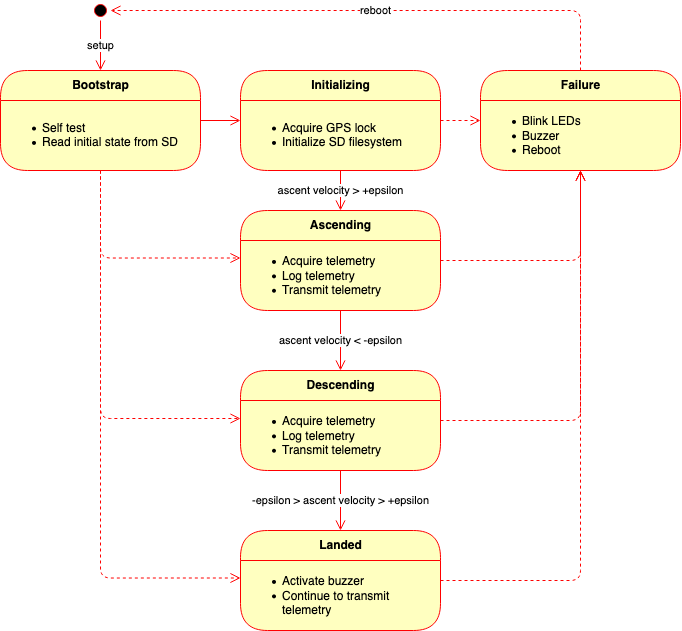
Earlier version of the draw.io export diagrams/TrackerStateMachine.png (ungood/graupel-1). Source tidied: cells renumbered, new cells last; positions are measured from the earlier drawing's top-left corner, leaving out a move shared by most shapes.
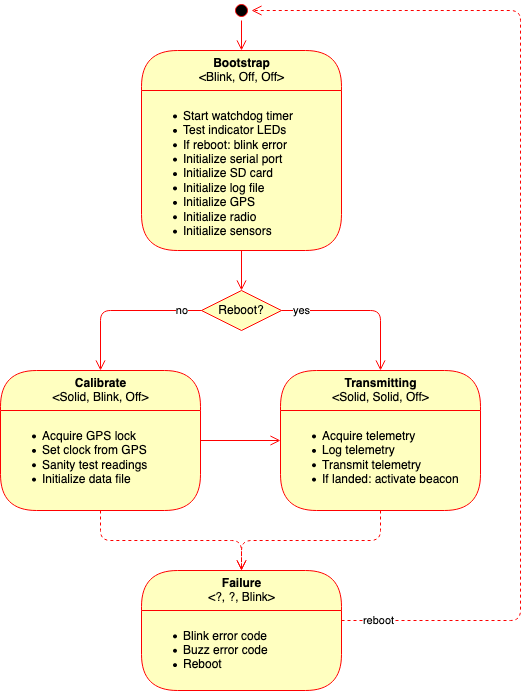
The same file after the commit.

What changed in the source:
```diff
@@ -3,97 +3,71 @@
     <mxCell id="0" />
     <mxCell id="1" parent="0" />
     <mxCell id="2" style="ellipse;html=1;shape=startState;fillColor=#000000;strokeColor=#ff0000;" parent="1" vertex="1">
-      <mxGeometry x="90" width="20" height="20" as="geometry" />
+      <mxGeometry x="231" y="-20" width="20" height="20" as="geometry" />
     </mxCell>
-    <mxCell id="3" value="&lt;div&gt;setup&lt;/div&gt;" style="edgeStyle=orthogonalEdgeStyle;html=1;verticalAlign=middle;endArrow=open;endSize=8;strokeColor=#ff0000;entryX=0.5;entryY=0;entryDx=0;entryDy=0;labelPosition=center;verticalLabelPosition=middle;align=center;" parent="1" edge="1" source="2" target="12">
+    <mxCell id="3" style="edgeStyle=orthogonalEdgeStyle;html=1;verticalAlign=middle;endArrow=open;endSize=8;strokeColor=#ff0000;entryX=0.5;entryY=0;entryDx=0;entryDy=0;labelPosition=center;verticalLabelPosition=middle;align=center;exitX=0.5;exitY=1;exitDx=0;exitDy=0;" parent="1" edge="1" source="2" target="12">
       <mxGeometry relative="1" as="geometry" />
     </mxCell>
-    <mxCell id="4" value="Initializing" style="swimlane;html=1;fontStyle=1;align=center;verticalAlign=middle;horizontal=1;startSize=30;fontColor=#000000;rounded=1;arcSize=30;strokeColor=#ff0000;fillColor=#ffffc0;swimlaneFillColor=#ffffc0;spacing=2;" parent="1" vertex="1">
-      <mxGeometry x="240" y="70" width="200" height="100" as="geometry" />
+    <mxCell id="4" value="&lt;div&gt;Calibrate&lt;/div&gt;&lt;span style=&quot;font-weight: normal&quot;&gt;&amp;lt;Solid, Blink, Off&amp;gt;&lt;/span&gt;" style="swimlane;html=1;fontStyle=1;align=center;verticalAlign=middle;horizontal=1;startSize=40;fontColor=#000000;rounded=1;arcSize=30;strokeColor=#ff0000;fillColor=#ffffc0;swimlaneFillColor=#ffffc0;spacing=2;" parent="1" vertex="1">
+      <mxGeometry y="350" width="200" height="140" as="geometry" />
     </mxCell>
-    <mxCell id="5" value="&lt;ul&gt;&lt;li&gt;Acquire GPS lock&lt;/li&gt;&lt;li&gt;Initialize SD filesystem&lt;/li&gt;&lt;/ul&gt;" style="text;html=1;strokeColor=none;fillColor=none;align=left;verticalAlign=middle;spacingLeft=0;spacingRight=4;whiteSpace=wrap;overflow=hidden;fontColor=#000000;" parent="4" vertex="1">
-      <mxGeometry y="30" width="200" height="70" as="geometry" />
+    <mxCell id="5" value="&lt;ul&gt;&lt;li&gt;Acquire GPS lock&lt;/li&gt;&lt;li&gt;Set clock from GPS&lt;/li&gt;&lt;li&gt;Sanity test readings&lt;/li&gt;&lt;li&gt;Initialize data file&lt;br&gt;&lt;/li&gt;&lt;/ul&gt;" style="text;html=1;strokeColor=none;fillColor=none;align=left;verticalAlign=top;spacingLeft=0;spacingRight=4;whiteSpace=wrap;overflow=hidden;fontColor=#000000;" parent="4" vertex="1">
+      <mxGeometry y="40" width="200" height="100" as="geometry" />
     </mxCell>
-    <mxCell id="6" value="ascent velocity &amp;gt; +epsilon" style="edgeStyle=orthogonalEdgeStyle;html=1;verticalAlign=middle;endArrow=open;endSize=8;strokeColor=#ff0000;entryX=0.5;entryY=0;entryDx=0;entryDy=0;labelPosition=center;verticalLabelPosition=middle;align=center;" parent="1" edge="1" source="4" target="7">
+    <mxCell id="6" style="edgeStyle=orthogonalEdgeStyle;html=1;verticalAlign=middle;endArrow=open;endSize=8;strokeColor=#ff0000;labelPosition=center;verticalLabelPosition=middle;align=center;" parent="1" edge="1" source="4" target="7">
       <mxGeometry relative="1" as="geometry" />
     </mxCell>
-    <mxCell id="7" value="Ascending" style="swimlane;html=1;fontStyle=1;align=center;verticalAlign=middle;horizontal=1;startSize=30;fontColor=#000000;rounded=1;arcSize=30;strokeColor=#ff0000;fillColor=#ffffc0;swimlaneFillColor=#ffffc0;spacing=2;" parent="1" vertex="1">
-      <mxGeometry x="240" y="210" width="200" height="100" as="geometry" />
+    <mxCell id="7" value="&lt;div&gt;Transmitting&lt;/div&gt;&lt;span style=&quot;font-weight: normal&quot;&gt;&amp;lt;Solid, Solid, Off&amp;gt;&lt;/span&gt;" style="swimlane;html=1;fontStyle=1;align=center;verticalAlign=middle;horizontal=1;startSize=40;fontColor=#000000;rounded=1;arcSize=30;strokeColor=#ff0000;fillColor=#ffffc0;swimlaneFillColor=#ffffc0;spacing=2;" parent="1" vertex="1">
+      <mxGeometry x="280" y="350" width="200" height="140" as="geometry" />
     </mxCell>
-    <mxCell id="8" value="&lt;ul&gt;&lt;li&gt;Acquire telemetry&lt;br&gt;&lt;/li&gt;&lt;li&gt;Log telemetry&lt;/li&gt;&lt;li&gt;Transmit telemetry&lt;br&gt;&lt;/li&gt;&lt;/ul&gt;" style="text;html=1;strokeColor=none;fillColor=none;align=left;verticalAlign=middle;spacingLeft=0;spacingRight=4;whiteSpace=wrap;overflow=hidden;fontColor=#000000;" parent="7" vertex="1">
-      <mxGeometry y="30" width="200" height="70" as="geometry" />
+    <mxCell id="8" value="&lt;ul&gt;&lt;li&gt;Acquire telemetry&lt;br&gt;&lt;/li&gt;&lt;li&gt;Log telemetry&lt;/li&gt;&lt;li&gt;Transmit telemetry&lt;/li&gt;&lt;li&gt;If landed: activate beacon&lt;br&gt;&lt;/li&gt;&lt;/ul&gt;" style="text;html=1;strokeColor=none;fillColor=none;align=left;verticalAlign=top;spacingLeft=0;spacingRight=4;whiteSpace=wrap;overflow=hidden;fontColor=#000000;" parent="7" vertex="1">
+      <mxGeometry y="40" width="200" height="100" as="geometry" />
     </mxCell>
-    <mxCell id="9" value="Descending" style="swimlane;html=1;fontStyle=1;align=center;verticalAlign=middle;horizontal=1;startSize=30;fontColor=#000000;rounded=1;arcSize=30;strokeColor=#ff0000;fillColor=#ffffc0;swimlaneFillColor=#ffffc0;spacing=2;" parent="1" vertex="1">
-      <mxGeometry x="240" y="370" width="200" height="100" as="geometry" />
-    </mxCell>
-    <mxCell id="10" value="&lt;ul&gt;&lt;li&gt;Acquire telemetry&lt;br&gt;&lt;/li&gt;&lt;li&gt;Log telemetry&lt;/li&gt;&lt;li&gt;Transmit telemetry&lt;br&gt;&lt;/li&gt;&lt;/ul&gt;" style="text;html=1;strokeColor=none;fillColor=none;align=left;verticalAlign=middle;spacingLeft=0;spacingRight=4;whiteSpace=wrap;overflow=hidden;fontColor=#000000;" parent="9" vertex="1">
-      <mxGeometry y="30" width="200" height="70" as="geometry" />
-    </mxCell>
-    <mxCell id="11" value="ascent velocity &amp;lt; -epsilon" style="edgeStyle=orthogonalEdgeStyle;html=1;verticalAlign=middle;endArrow=open;endSize=8;strokeColor=#ff0000;labelPosition=center;verticalLabelPosition=middle;align=center;" parent="1" edge="1" source="8" target="9">
-      <mxGeometry relative="1" as="geometry" />
-    </mxCell>
-    <mxCell id="12" value="Bootstrap" style="swimlane;html=1;fontStyle=1;align=center;verticalAlign=middle;horizontal=1;startSize=30;fontColor=#000000;rounded=1;arcSize=30;strokeColor=#ff0000;fillColor=#ffffc0;swimlaneFillColor=#ffffc0;spacing=2;" parent="1" vertex="1">
-      <mxGeometry y="70" width="200" height="100" as="geometry" />
+    <mxCell id="12" value="&lt;div&gt;Bootstrap&lt;/div&gt;&lt;span style=&quot;font-weight: normal&quot;&gt;&amp;lt;Blink, Off, Off&amp;gt;&lt;br&gt;&lt;/span&gt;" style="swimlane;html=1;fontStyle=1;align=center;verticalAlign=middle;horizontal=1;startSize=40;fontColor=#000000;rounded=1;arcSize=30;strokeColor=#ff0000;fillColor=#ffffc0;swimlaneFillColor=#ffffc0;spacing=2;" parent="1" vertex="1">
+      <mxGeometry x="141" y="30" width="200" height="200" as="geometry" />
     </mxCell>
-    <mxCell id="13" value="&lt;ul&gt;&lt;li&gt;Self test&lt;/li&gt;&lt;li&gt;Read initial state from SD&lt;br&gt;&lt;/li&gt;&lt;/ul&gt;" style="text;html=1;strokeColor=none;fillColor=none;align=left;verticalAlign=middle;spacingLeft=0;spacingRight=4;whiteSpace=wrap;overflow=hidden;fontColor=#000000;" parent="12" vertex="1">
-      <mxGeometry y="30" width="200" height="70" as="geometry" />
+    <mxCell id="13" value="&lt;ul&gt;&lt;li&gt;Start watchdog timer&lt;br&gt;&lt;/li&gt;&lt;li&gt;Test indicator LEDs&lt;/li&gt;&lt;li&gt;If reboot: blink error&lt;/li&gt;&lt;li&gt;Initialize serial port&lt;br&gt;&lt;/li&gt;&lt;li&gt;Initialize SD card&lt;/li&gt;&lt;li&gt;Initialize log file&lt;br&gt;&lt;/li&gt;&lt;li&gt;Initialize GPS&lt;/li&gt;&lt;li&gt;Initialize radio&lt;/li&gt;&lt;li&gt;Initialize sensors&lt;br&gt;&lt;/li&gt;&lt;/ul&gt;" style="text;html=1;strokeColor=none;fillColor=none;align=left;verticalAlign=top;spacingLeft=0;spacingRight=4;whiteSpace=wrap;overflow=hidden;fontColor=#000000;" parent="12" vertex="1">
+      <mxGeometry y="40" width="200" height="160" as="geometry" />
     </mxCell>
-    <mxCell id="14" style="edgeStyle=orthogonalEdgeStyle;html=1;verticalAlign=middle;endArrow=open;endSize=8;strokeColor=#ff0000;labelPosition=center;verticalLabelPosition=middle;align=center;" parent="1" edge="1" source="12" target="4">
+    <mxCell id="14" style="edgeStyle=orthogonalEdgeStyle;html=1;verticalAlign=middle;endArrow=open;endSize=8;strokeColor=#ff0000;labelPosition=center;verticalLabelPosition=middle;align=center;entryX=0.5;entryY=0;entryDx=0;entryDy=0;" parent="1" edge="1" source="12" target="28">
       <mxGeometry relative="1" as="geometry" />
     </mxCell>
-    <mxCell id="15" style="edgeStyle=orthogonalEdgeStyle;html=1;verticalAlign=middle;endArrow=open;endSize=8;strokeColor=#ff0000;labelPosition=center;verticalLabelPosition=middle;align=center;entryX=0;entryY=0.25;entryDx=0;entryDy=0;exitX=0.5;exitY=1;exitDx=0;exitDy=0;dashed=1;" parent="1" edge="1" source="13" target="8">
-      <mxGeometry relative="1" as="geometry" />
-    </mxCell>
-    <mxCell id="16" value="Landed" style="swimlane;html=1;fontStyle=1;align=center;verticalAlign=middle;horizontal=1;startSize=30;fontColor=#000000;rounded=1;arcSize=30;strokeColor=#ff0000;fillColor=#ffffc0;swimlaneFillColor=#ffffc0;spacing=2;" parent="1" vertex="1">
-      <mxGeometry x="240" y="530" width="200" height="100" as="geometry" />
-    </mxCell>
-    <mxCell id="17" value="&lt;ul&gt;&lt;li&gt;Activate buzzer&lt;br&gt;&lt;/li&gt;&lt;li&gt;Continue to transmit telemetry&lt;br&gt;&lt;/li&gt;&lt;/ul&gt;" style="text;html=1;strokeColor=none;fillColor=none;align=left;verticalAlign=middle;spacingLeft=0;spacingRight=4;whiteSpace=wrap;overflow=hidden;fontColor=#000000;" parent="16" vertex="1">
-      <mxGeometry y="30" width="200" height="70" as="geometry" />
-    </mxCell>
-    <mxCell id="18" value="-epsilon &amp;gt; ascent velocity &amp;gt; +epsilon" style="edgeStyle=orthogonalEdgeStyle;html=1;verticalAlign=middle;endArrow=open;endSize=8;strokeColor=#ff0000;labelPosition=center;verticalLabelPosition=middle;align=center;" parent="1" edge="1" source="9" target="16">
-      <mxGeometry relative="1" as="geometry" />
-    </mxCell>
-    <mxCell id="19" style="edgeStyle=orthogonalEdgeStyle;html=1;verticalAlign=middle;endArrow=open;endSize=8;strokeColor=#ff0000;labelPosition=center;verticalLabelPosition=middle;align=center;dashed=1;exitX=0.5;exitY=1;exitDx=0;exitDy=0;" parent="1" edge="1" source="13">
-      <mxGeometry relative="1" as="geometry">
-        <mxPoint x="240" y="418" as="targetPoint" />
-        <Array as="points">
-          <mxPoint x="100" y="418" />
-          <mxPoint x="240" y="418" />
-        </Array>
-      </mxGeometry>
-    </mxCell>
-    <mxCell id="20" style="edgeStyle=orthogonalEdgeStyle;html=1;verticalAlign=middle;endArrow=open;endSize=8;strokeColor=#ff0000;labelPosition=center;verticalLabelPosition=middle;align=center;entryX=0;entryY=0.25;entryDx=0;entryDy=0;dashed=1;" parent="1" edge="1" target="17">
-      <mxGeometry relative="1" as="geometry">
-        <mxPoint x="100" y="170" as="sourcePoint" />
-        <Array as="points">
-          <mxPoint x="100" y="578" />
-        </Array>
-      </mxGeometry>
-    </mxCell>
-    <mxCell id="21" value="Failure" style="swimlane;html=1;fontStyle=1;align=center;verticalAlign=middle;horizontal=1;startSize=30;fontColor=#000000;rounded=1;arcSize=30;strokeColor=#ff0000;fillColor=#ffffc0;swimlaneFillColor=#ffffc0;spacing=2;" parent="1" vertex="1">
-      <mxGeometry x="480" y="70" width="200" height="100" as="geometry" />
+    <mxCell id="21" value="&lt;div&gt;Failure&lt;/div&gt;&lt;span style=&quot;font-weight: normal&quot;&gt;&amp;lt;?, ?, Blink&amp;gt;&lt;/span&gt;" style="swimlane;html=1;fontStyle=1;align=center;verticalAlign=middle;horizontal=1;startSize=40;fontColor=#000000;rounded=1;arcSize=30;strokeColor=#ff0000;fillColor=#ffffc0;swimlaneFillColor=#ffffc0;spacing=2;" parent="1" vertex="1">
+      <mxGeometry x="141" y="550" width="200" height="120" as="geometry" />
     </mxCell>
-    <mxCell id="22" value="&lt;ul&gt;&lt;li&gt;Blink LEDs&lt;br&gt;&lt;/li&gt;&lt;li&gt;Buzzer&lt;/li&gt;&lt;li&gt;Reboot&lt;br&gt;&lt;/li&gt;&lt;/ul&gt;" style="text;html=1;strokeColor=none;fillColor=none;align=left;verticalAlign=middle;spacingLeft=0;spacingRight=4;whiteSpace=wrap;overflow=hidden;fontColor=#000000;" parent="21" vertex="1">
-      <mxGeometry y="30" width="200" height="70" as="geometry" />
+    <mxCell id="22" value="&lt;ul&gt;&lt;li&gt;Blink error code&lt;br&gt;&lt;/li&gt;&lt;li&gt;Buzz error code&lt;/li&gt;&lt;li&gt;Reboot&lt;br&gt;&lt;/li&gt;&lt;/ul&gt;" style="text;html=1;strokeColor=none;fillColor=none;align=left;verticalAlign=middle;spacingLeft=0;spacingRight=4;whiteSpace=wrap;overflow=hidden;fontColor=#000000;" parent="21" vertex="1">
+      <mxGeometry y="40" width="200" height="80" as="geometry" />
     </mxCell>
+    <mxCell id="27" value="reboot" style="edgeStyle=orthogonalEdgeStyle;html=1;verticalAlign=middle;endArrow=open;endSize=8;strokeColor=#ff0000;labelPosition=center;verticalLabelPosition=middle;align=center;dashed=1;" parent="1" edge="1" source="21" target="2">
+      <mxGeometry x="-0.93" relative="1" as="geometry">
+        <Array as="points">
+          <mxPoint x="520" y="600" />
+          <mxPoint x="520" y="-10" />
+        </Array>
+      </mxGeometry>
+    </mxCell>
+    <mxCell id="28" value="&lt;div&gt;Reboot?&lt;/div&gt;" style="rhombus;whiteSpace=wrap;html=1;fillColor=#ffffc0;strokeColor=#ff0000;align=center;" parent="1" vertex="1">
+      <mxGeometry x="201" y="270" width="80" height="40" as="geometry" />
+    </mxCell>
+    <mxCell id="29" value="yes" style="edgeStyle=orthogonalEdgeStyle;html=1;align=left;verticalAlign=middle;endArrow=open;endSize=8;strokeColor=#ff0000;" parent="1" edge="1" source="28" target="7">
+      <mxGeometry x="-0.88" relative="1" as="geometry">
+        <Array as="points">
+          <mxPoint x="380" y="290" />
+        </Array>
+      </mxGeometry>
+    </mxCell>
+    <mxCell id="30" value="&lt;div&gt;no&lt;/div&gt;" style="edgeStyle=orthogonalEdgeStyle;html=1;align=right;verticalAlign=middle;endArrow=open;endSize=8;strokeColor=#ff0000;" parent="1" edge="1" source="28" target="4">
+      <mxGeometry x="-0.85" relative="1" as="geometry">
+        <Array as="points">
+          <mxPoint x="100" y="290" />
+        </Array>
+      </mxGeometry>
+    </mxCell>
     <mxCell id="23" style="edgeStyle=orthogonalEdgeStyle;html=1;verticalAlign=middle;endArrow=open;endSize=8;strokeColor=#ff0000;labelPosition=center;verticalLabelPosition=middle;align=center;dashed=1;" parent="1" edge="1" source="4" target="21">
       <mxGeometry relative="1" as="geometry" />
     </mxCell>
     <mxCell id="24" style="edgeStyle=orthogonalEdgeStyle;html=1;verticalAlign=middle;endArrow=open;endSize=8;strokeColor=#ff0000;labelPosition=center;verticalLabelPosition=middle;align=center;dashed=1;" parent="1" edge="1" source="7" target="21">
       <mxGeometry relative="1" as="geometry" />
     </mxCell>
-    <mxCell id="25" style="edgeStyle=orthogonalEdgeStyle;html=1;verticalAlign=middle;endArrow=open;endSize=8;strokeColor=#ff0000;labelPosition=center;verticalLabelPosition=middle;align=center;dashed=1;" parent="1" edge="1" source="9" target="21">
-      <mxGeometry relative="1" as="geometry" />
-    </mxCell>
-    <mxCell id="26" style="edgeStyle=orthogonalEdgeStyle;html=1;verticalAlign=middle;endArrow=open;endSize=8;strokeColor=#ff0000;labelPosition=center;verticalLabelPosition=middle;align=center;dashed=1;" parent="1" edge="1" source="16" target="22">
-      <mxGeometry relative="1" as="geometry" />
-    </mxCell>
-    <mxCell id="27" value="reboot" style="edgeStyle=orthogonalEdgeStyle;html=1;verticalAlign=middle;endArrow=open;endSize=8;strokeColor=#ff0000;labelPosition=center;verticalLabelPosition=middle;align=center;dashed=1;" parent="1" edge="1" source="21" target="2">
-      <mxGeometry relative="1" as="geometry">
-        <Array as="points">
-          <mxPoint x="580" y="10" />
-        </Array>
-      </mxGeometry>
-    </mxCell>
   </root>
 </mxGraphModel>
```
